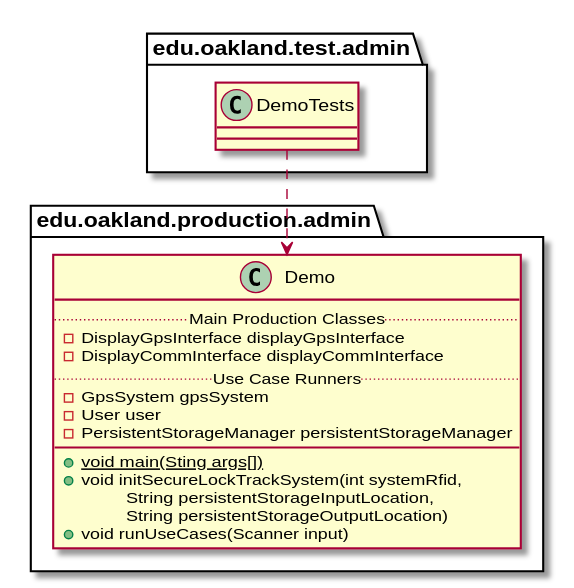
Before: docs/uml-class-diagrams/admin/test/DemoTests/DemoTests_DirectDependencies.svg, a diagram exported from PlantUML (andrewdimmer/csi-3370-software-project). Its diagram source:
```plantuml
@startuml DemoTests_DirectDependencies


package edu.oakland.test.admin {
    class DemoTests {

    }
}



package edu.oakland.production.admin {
    class Demo {
        .. Main Production Classes ..
        - DisplayGpsInterface displayGpsInterface
        - DisplayCommInterface displayCommInterface
        .. Use Case Runners ..
        - GpsSystem gpsSystem
        - User user
        - PersistentStorageManager persistentStorageManager
        __
        {static} + void main(Sting args[])
        + void initSecureLockTrackSystem(int systemRfid,
        \tString persistentStorageInputLocation,
        \tString persistentStorageOutputLocation)
        + void runUseCases(Scanner input)
    }
}

DemoTests ..> Demo



@enduml
```
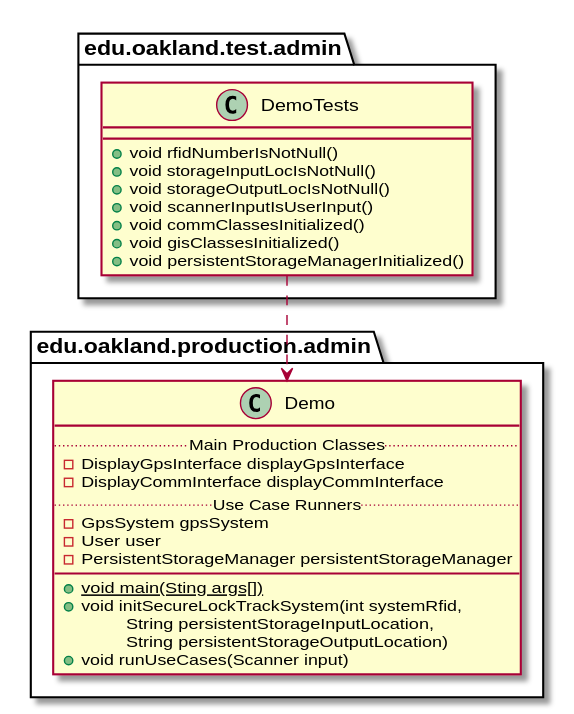
The same diagram one commit later.

The edit, as a diff of the source:
```diff
@@ -3,7 +3,13 @@
 
 package edu.oakland.test.admin {
     class DemoTests {
-
+        + void rfidNumberIsNotNull()
+        + void storageInputLocIsNotNull()
+        + void storageOutputLocIsNotNull()
+        + void scannerInputIsUserInput()
+        + void commClassesInitialized()
+        + void gisClassesInitialized()
+        + void persistentStorageManagerInitialized()
     }
 }
 
```
